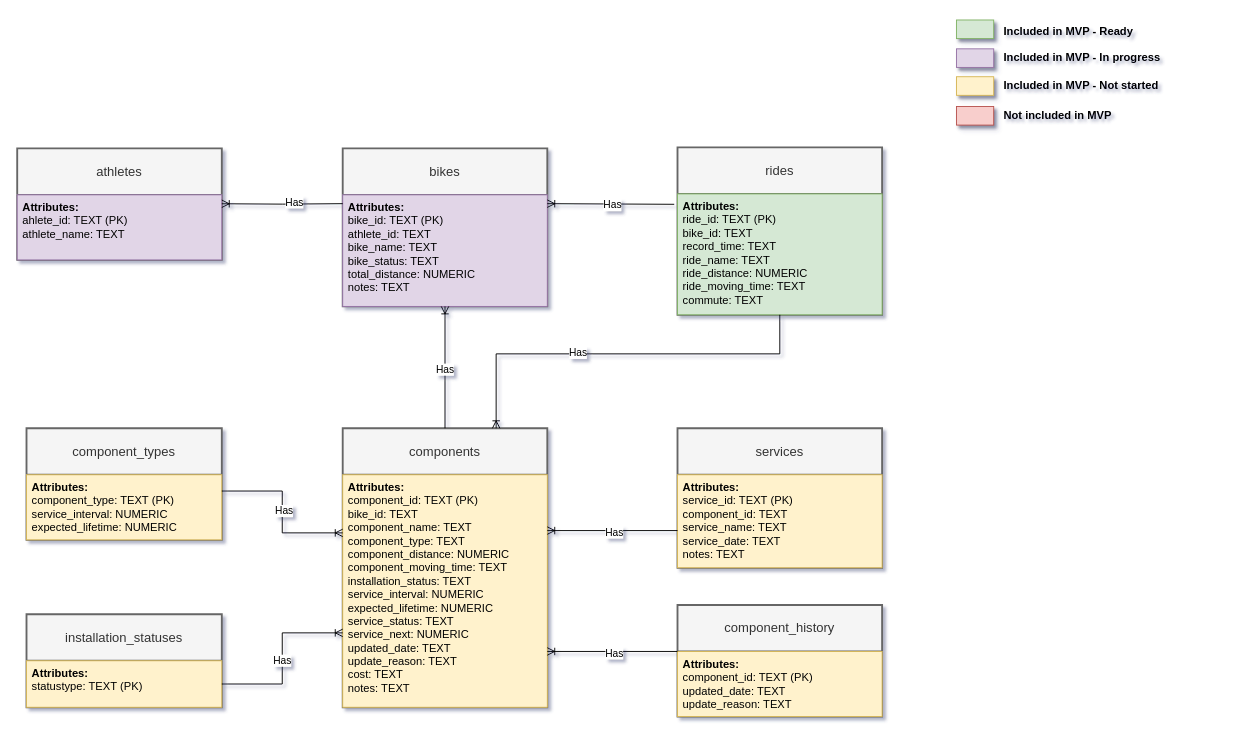
Above: page "ER diagram" (3 of 5) of docs/all_diagrams.drawio in xivind/velo-supervisor-2000 (draw.io), before the change. Source tidied: cells renumbered, new cells numbered last; positions are measured from the earlier drawing's top-left corner, leaving out a move shared by most shapes. Both pictures are drawn from the tidied source at 93%, with x=0, y=0 at pixel (17, 18).
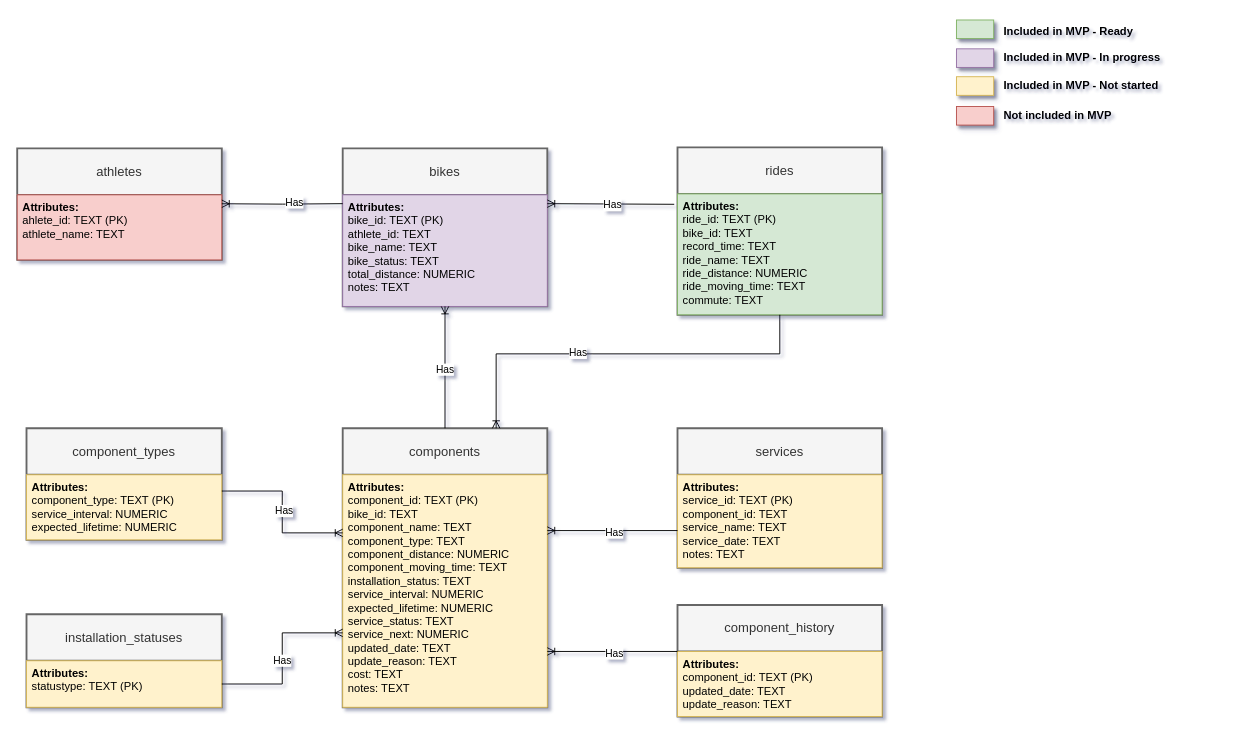
Above is the later version.

The change refers to these unchanged cells:
```xml
<mxCell id="2" value="a&lt;span style=&quot;background-color: initial;&quot;&gt;thletes&lt;/span&gt;" style="swimlane;horizontal=1;startSize=50;rounded=0;fontSize=14;fontStyle=0;strokeWidth=2;shadow=0;dashed=0;align=center;arcSize=0;whiteSpace=wrap;html=1;fillColor=#f5f5f5;strokeColor=#666666;fontColor=#333333;" parent="1" vertex="1">
  <mxGeometry y="140" width="220" height="120" as="geometry" />
</mxCell>
```

Change to the diagram source:
```diff
@@
-    <mxCell id="3" value="&lt;div&gt;&lt;b&gt;Attributes:&lt;/b&gt;&lt;br&gt;&lt;/div&gt;&lt;div&gt;ahlete_id: TEXT (PK)&lt;br&gt;&lt;/div&gt;athlete_name: TEXT" style="align=left;spacingLeft=4;fontSize=12;verticalAlign=top;html=1;rounded=0;fillColor=#e1d5e7;strokeColor=#9673a6;" parent="2" vertex="1">
+    <mxCell id="3" value="&lt;div&gt;&lt;b&gt;Attributes:&lt;/b&gt;&lt;br&gt;&lt;/div&gt;&lt;div&gt;ahlete_id: TEXT (PK)&lt;br&gt;&lt;/div&gt;athlete_name: TEXT" style="align=left;spacingLeft=4;fontSize=12;verticalAlign=top;html=1;rounded=0;fillColor=#f8cecc;strokeColor=#b85450;" parent="2" vertex="1">
       <mxGeometry y="50" width="220" height="70" as="geometry" />
     </mxCell>
```
